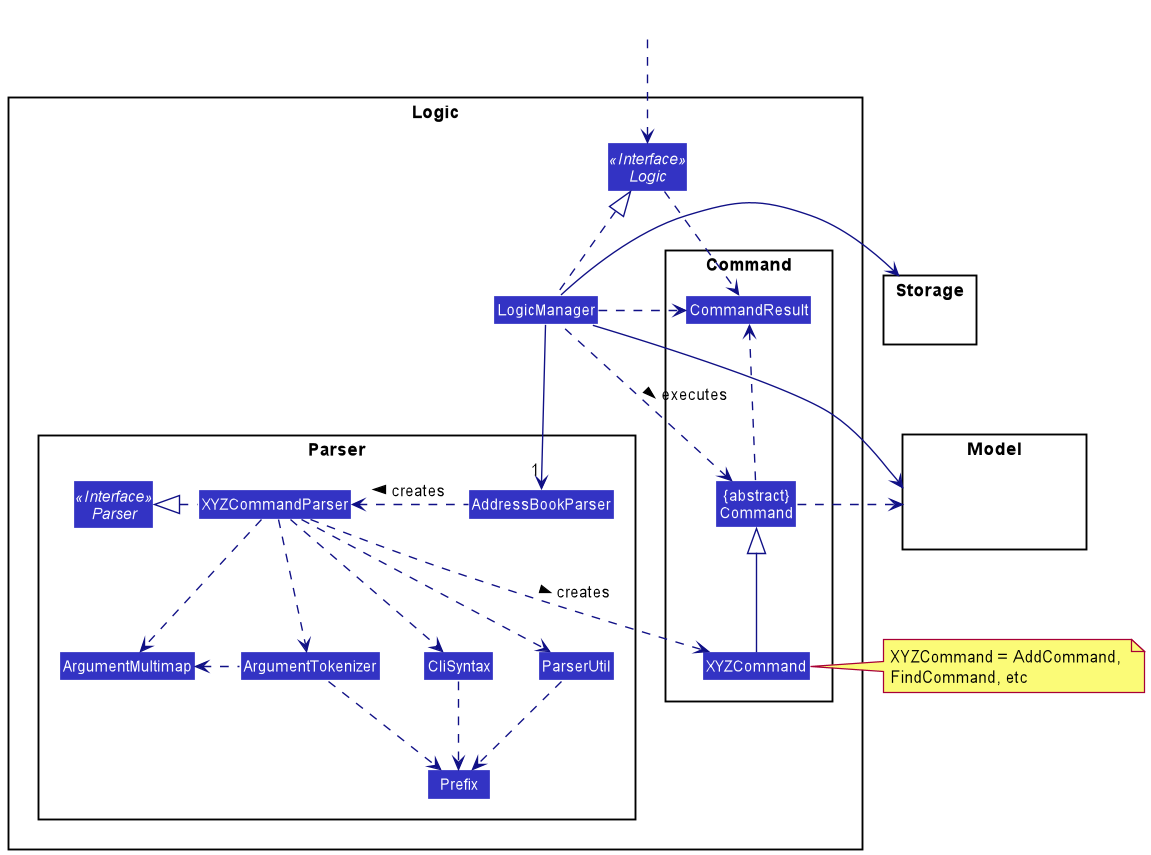
This is docs/images/LogicClassDiagram.png from nus-cs2103-AY2021S2/tp, a PlantUML export, as it was before one commit.
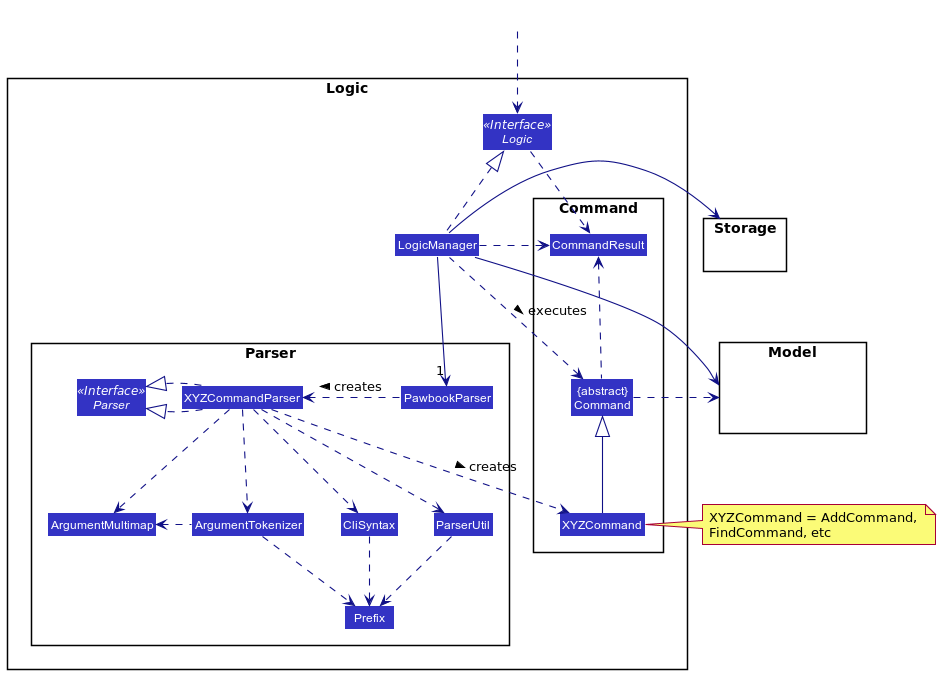
After the change.

Commit message:
DG: Update LogicClassDiagram to reflect refactor

What changed in the source:
```diff
@@ -8,7 +8,7 @@
 
 package Parser {
 Interface Parser <<Interface>>
-Class AddressBookParser
+Class PawbookParser
 Class XYZCommandParser
 Class CliSyntax
 Class ParserUtil
@@ -39,10 +39,11 @@
 HiddenOutside ..> Logic
 
 LogicManager .up.|> Logic
-LogicManager -->"1" AddressBookParser
-AddressBookParser .left.> XYZCommandParser: creates >
+LogicManager -->"1" PawbookParser
+PawbookParser .left.> XYZCommandParser: creates >
 
 XYZCommandParser ..> XYZCommand : creates >
+XYZCommandParser ..|> Parser
 XYZCommandParser .left.|> Parser
 XYZCommandParser ..> ArgumentMultimap
 XYZCommandParser ..> ArgumentTokenizer
```
